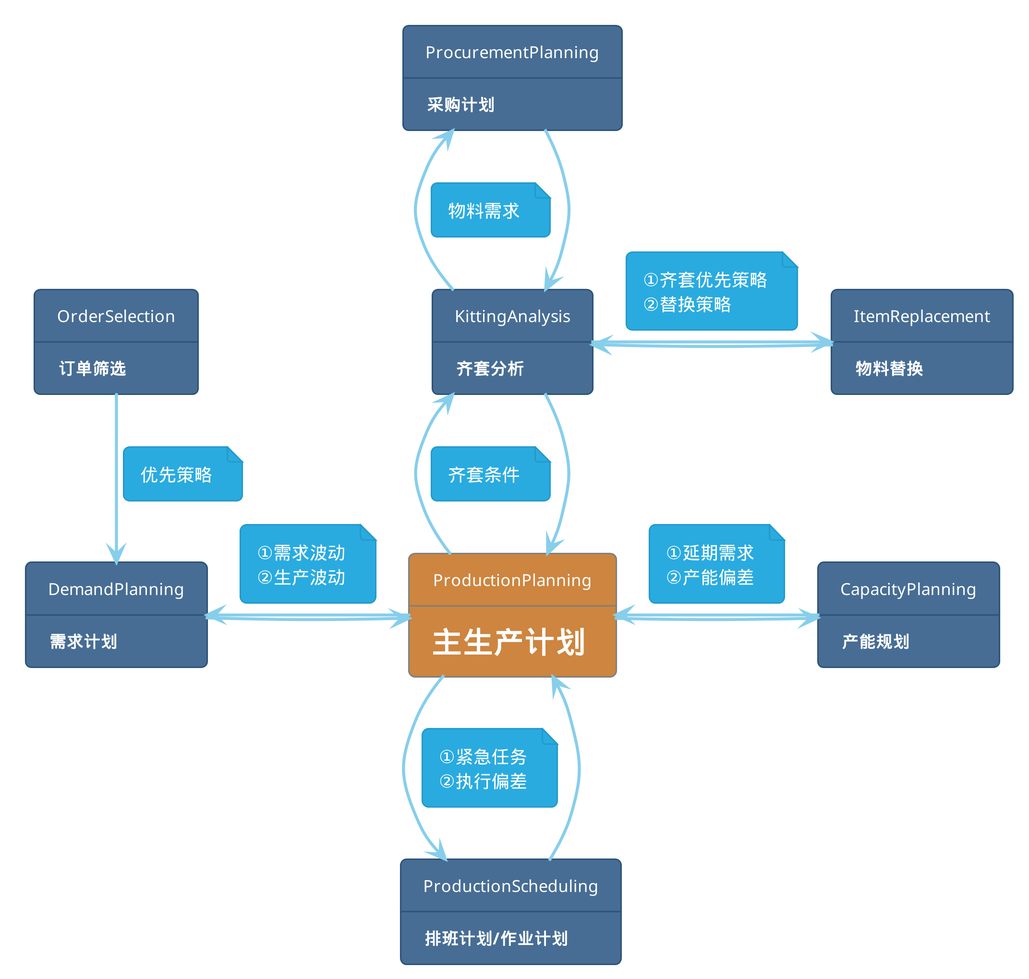
The PlantUML diagram Docs/images/collaboration_approach.png in qiaoyx-or/OpenAPS, before a commit.
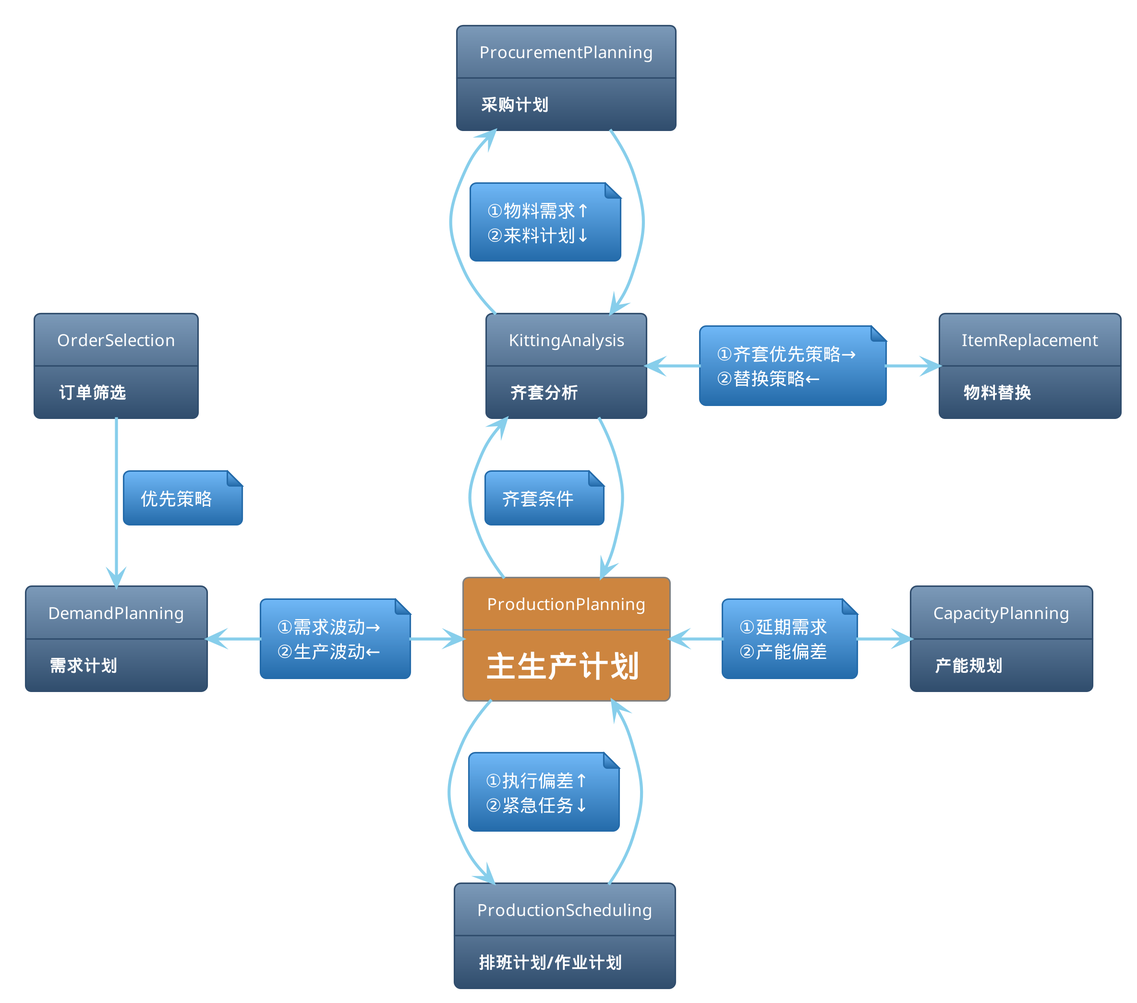
Above is the later version.

The edit, as a diff of the source:
```diff
@@ -1,5 +1,5 @@
 @startuml
-!theme sandstone
+!theme spacelab
 
 skinparam dpi 300
 skinparam backgroundColor transparent
@@ -26,29 +26,29 @@
 state OrderSelection :  <b>  订单筛选</b>
 
 KittingAnalysis -u-> ProcurementPlanning
-  note on link : 物料需求
+  note on link : ①物料需求↑\n②来料计划↓
 ProcurementPlanning -d-> KittingAnalysis
 
-ItemReplacement -> KittingAnalysis
-KittingAnalysis -> ItemReplacement
-  note on link: ①齐套优先策略\n②替换策略
+note "①齐套优先策略→\n②替换策略←" as N2
+N2 -> ItemReplacement
+KittingAnalysis <- N2
 
 OrderSelection -d-> DemandPlanning
   note on link : 优先策略
 
-DemandPlanning -r-> ProductionPlanning
-ProductionPlanning -l-> DemandPlanning
-  note on link : ①需求波动\n②生产波动
+note "①需求波动→\n②生产波动←" as N3
+N3 -> ProductionPlanning
+DemandPlanning <- N3
 
 ProductionPlanning -u-> KittingAnalysis
   note on link : 齐套条件
 KittingAnalysis -d-> ProductionPlanning
 
-CapacityPlanning -> ProductionPlanning
-  note on link : ①延期需求\n②产能偏差
-ProductionPlanning -> CapacityPlanning
+note "①延期需求\n②产能偏差" as N4
+ProductionPlanning <- N4
+N4 -> CapacityPlanning
 
 ProductionScheduling -u-> ProductionPlanning
 ProductionPlanning -> ProductionScheduling
-  note on link : ①紧急任务\n②执行偏差
+  note on link : ①执行偏差↑\n②紧急任务↓
 @enduml
```
